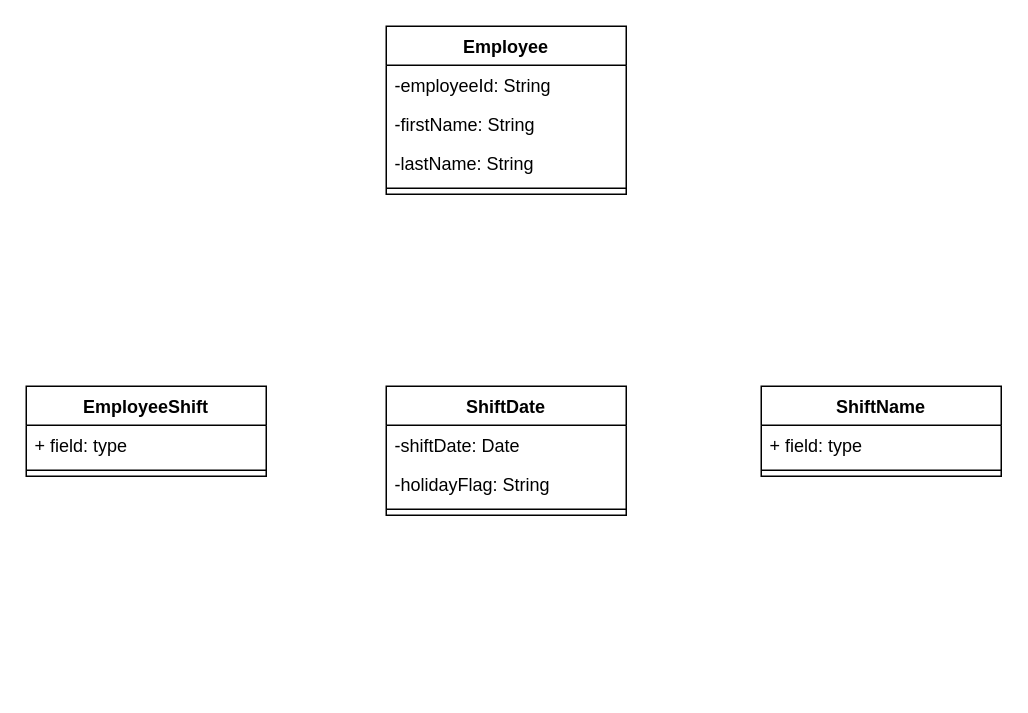
This is Many to Many Design HW.drawio from Cole-Hartman/database-UML, a draw.io file, before an edit. Source tidied: cells renumbered, new cells numbered last; positions are measured from the earlier drawing's top-left corner, leaving out a move shared by most shapes. Both pictures are drawn from the tidied source at 150%, with x=0, y=0 at pixel (26, 26).
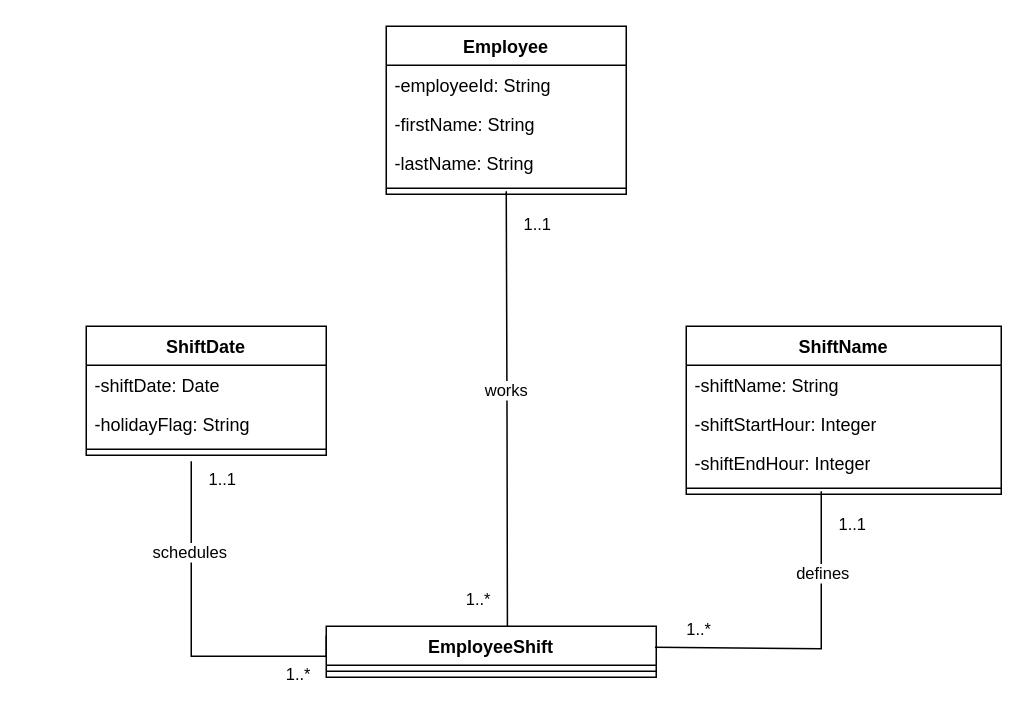
The same page after the edit.

Diff of the diagram source:
```diff
@@
     <mxCell id="7" value="ShiftDate" style="swimlane;fontStyle=1;align=center;verticalAlign=top;horizontal=1;startSize=26;whiteSpace=wrap;html=1;" parent="1" vertex="1">
-      <mxGeometry x="240" y="240" width="160" height="86" as="geometry" />
+      <mxGeometry x="40" y="200" width="160" height="86" as="geometry" />
     </mxCell>
@@
     <mxCell id="11" value="ShiftName" style="swimlane;fontStyle=1;align=center;verticalAlign=top;horizontal=1;startSize=26;whiteSpace=wrap;html=1;" parent="1" vertex="1">
-      <mxGeometry x="490" y="240" width="160" height="60" as="geometry" />
+      <mxGeometry x="440" y="200" width="210" height="112" as="geometry" />
     </mxCell>
-    <mxCell id="12" value="+ field: type" style="text;strokeColor=none;fillColor=none;align=left;verticalAlign=top;spacingLeft=4;spacingRight=4;overflow=hidden;whiteSpace=wrap;html=1;" parent="11" vertex="1">
-      <mxGeometry y="26" width="160" height="26" as="geometry" />
+    <mxCell id="12" value="-shiftName: String" style="text;strokeColor=none;fillColor=none;align=left;verticalAlign=top;spacingLeft=4;spacingRight=4;overflow=hidden;whiteSpace=wrap;html=1;" parent="11" vertex="1">
+      <mxGeometry y="26" width="210" height="26" as="geometry" />
     </mxCell>
+    <mxCell id="17" value="-shiftStartHour: Integer " style="text;strokeColor=none;fillColor=none;align=left;verticalAlign=top;spacingLeft=4;spacingRight=4;overflow=hidden;whiteSpace=wrap;html=1;" parent="11" vertex="1">
+      <mxGeometry y="52" width="210" height="26" as="geometry" />
+    </mxCell>
+    <mxCell id="18" value="-shiftEndHour: Integer" style="text;strokeColor=none;fillColor=none;align=left;verticalAlign=top;spacingLeft=4;spacingRight=4;overflow=hidden;whiteSpace=wrap;html=1;" parent="11" vertex="1">
+      <mxGeometry y="78" width="210" height="26" as="geometry" />
+    </mxCell>
     <mxCell id="13" style="line;strokeWidth=1;fillColor=none;align=left;verticalAlign=middle;spacingTop=-1;spacingLeft=3;spacingRight=3;labelPosition=right;strokeColor=inherit;" parent="11" vertex="1">
-      <mxGeometry y="52" width="160" height="8" as="geometry" />
+      <mxGeometry y="104" width="210" height="8" as="geometry" />
     </mxCell>
     <mxCell id="14" value="EmployeeShift" style="swimlane;fontStyle=1;align=center;verticalAlign=top;horizontal=1;startSize=26;whiteSpace=wrap;html=1;" parent="1" vertex="1">
-      <mxGeometry y="240" width="160" height="60" as="geometry" />
+      <mxGeometry x="200" y="400" width="220" height="34" as="geometry" />
     </mxCell>
-    <mxCell id="15" value="+ field: type" style="text;strokeColor=none;fillColor=none;align=left;verticalAlign=top;spacingLeft=4;spacingRight=4;overflow=hidden;whiteSpace=wrap;html=1;" parent="14" vertex="1">
-      <mxGeometry y="26" width="160" height="26" as="geometry" />
-    </mxCell>
     <mxCell id="16" style="line;strokeWidth=1;fillColor=none;align=left;verticalAlign=middle;spacingTop=-1;spacingLeft=3;spacingRight=3;labelPosition=right;strokeColor=inherit;" parent="14" vertex="1">
-      <mxGeometry y="52" width="160" height="8" as="geometry" />
+      <mxGeometry y="26" width="220" height="8" as="geometry" />
     </mxCell>
+    <mxCell id="19" style="endArrow=none;html=1;edgeStyle=orthogonalEdgeStyle;rounded=0;entryX=0.549;entryY=0.013;entryDx=0;entryDy=0;entryPerimeter=0;" parent="1" edge="1" target="14">
+      <mxGeometry relative="1" as="geometry">
+        <mxPoint x="320" y="110" as="sourcePoint" />
+      </mxGeometry>
+    </mxCell>
+    <mxCell id="20" value="1..1" style="edgeLabel;html=1;align=left;verticalAlign=bottom;" parent="19" vertex="1">
+      <mxGeometry x="-1" relative="1" as="geometry">
+        <mxPoint x="10" y="30" as="offset" />
+      </mxGeometry>
+    </mxCell>
+    <mxCell id="21" value="1..*" style="edgeLabel;html=1;align=right;verticalAlign=bottom;" parent="19" vertex="1">
+      <mxGeometry x="1" relative="1" as="geometry">
+        <mxPoint x="-11" y="-11" as="offset" />
+      </mxGeometry>
+    </mxCell>
+    <mxCell id="22" value="works" style="edgeLabel;html=1;align=center;verticalAlign=middle;" parent="19" vertex="1">
+      <mxGeometry x="-0.09" y="-1" relative="1" as="geometry" />
+    </mxCell>
+    <mxCell id="23" style="endArrow=none;html=1;edgeStyle=orthogonalEdgeStyle;rounded=0;entryX=0;entryY=0.179;entryDx=0;entryDy=0;entryPerimeter=0;" parent="1" edge="1" target="14">
+      <mxGeometry relative="1" as="geometry">
+        <mxPoint x="110" y="290" as="sourcePoint" />
+        <Array as="points">
+          <mxPoint x="110" y="420" />
+        </Array>
+      </mxGeometry>
+    </mxCell>
+    <mxCell id="24" value="1..1" style="edgeLabel;html=1;align=left;verticalAlign=bottom;" parent="23" vertex="1">
+      <mxGeometry x="-1" relative="1" as="geometry">
+        <mxPoint x="10" y="20" as="offset" />
+      </mxGeometry>
+    </mxCell>
+    <mxCell id="25" value="1..*" style="edgeLabel;html=1;align=right;verticalAlign=bottom;" parent="23" vertex="1">
+      <mxGeometry x="1" relative="1" as="geometry">
+        <mxPoint x="-10" y="34" as="offset" />
+      </mxGeometry>
+    </mxCell>
+    <mxCell id="26" value="schedules" style="edgeLabel;html=1;align=center;verticalAlign=middle;" parent="23" vertex="1">
+      <mxGeometry x="-0.49" y="-2" relative="1" as="geometry" />
+    </mxCell>
+    <mxCell id="27" style="endArrow=none;html=1;edgeStyle=orthogonalEdgeStyle;rounded=0;entryX=0.996;entryY=0.412;entryDx=0;entryDy=0;entryPerimeter=0;" parent="1" edge="1" target="14">
+      <mxGeometry relative="1" as="geometry">
+        <mxPoint x="530" y="310" as="sourcePoint" />
+        <Array as="points">
+          <mxPoint x="530" y="415" />
+          <mxPoint x="419" y="415" />
+        </Array>
+      </mxGeometry>
+    </mxCell>
+    <mxCell id="28" value="1..1" style="edgeLabel;html=1;align=left;verticalAlign=bottom;" parent="27" vertex="1">
+      <mxGeometry x="-1" relative="1" as="geometry">
+        <mxPoint x="10" y="30" as="offset" />
+      </mxGeometry>
+    </mxCell>
+    <mxCell id="29" value="1..*" style="edgeLabel;html=1;align=right;verticalAlign=bottom;" parent="27" vertex="1">
+      <mxGeometry x="1" relative="1" as="geometry">
+        <mxPoint x="38" y="-4" as="offset" />
+      </mxGeometry>
+    </mxCell>
+    <mxCell id="30" value="defines" style="edgeLabel;html=1;align=center;verticalAlign=middle;" parent="27" vertex="1">
+      <mxGeometry x="-0.5" relative="1" as="geometry" />
+    </mxCell>
```
